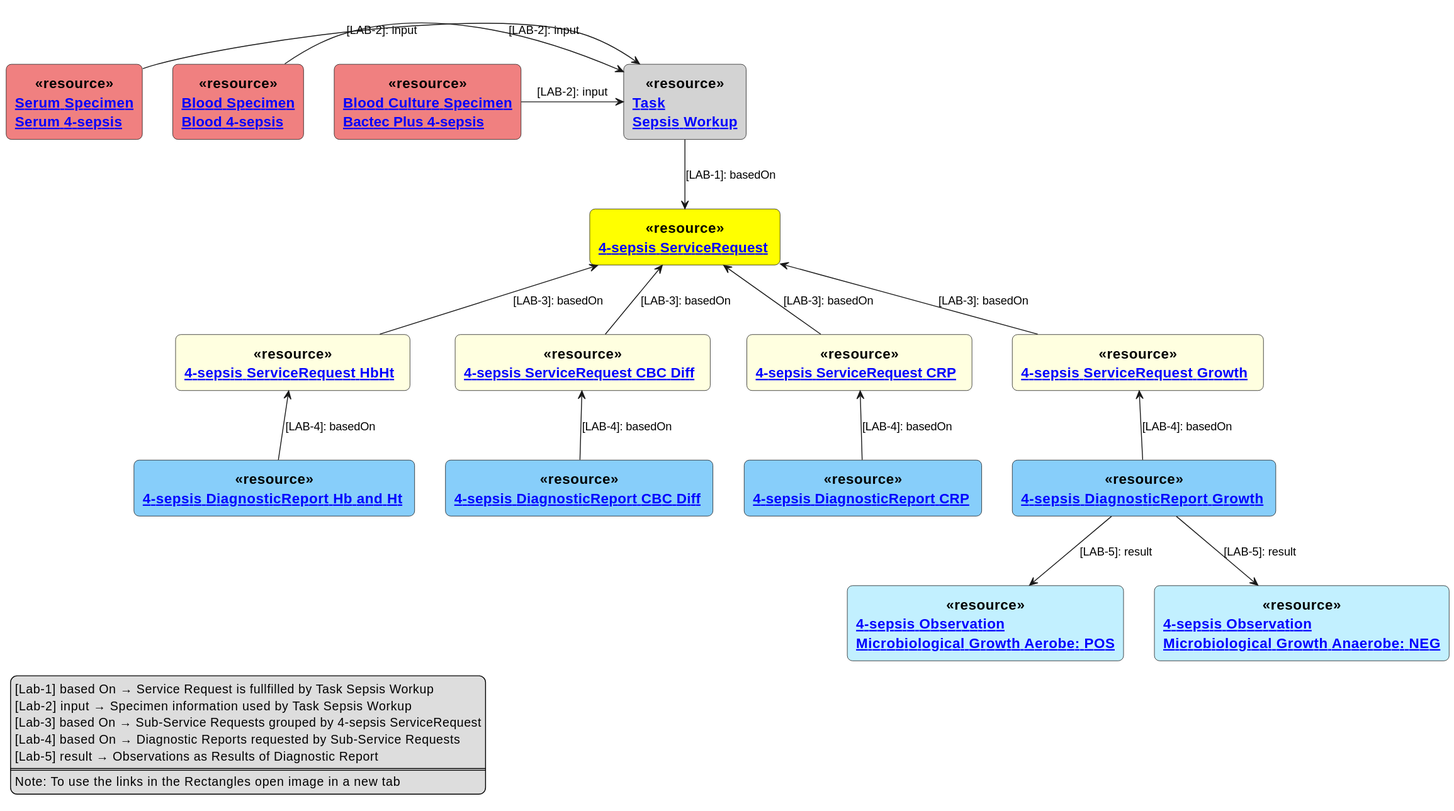
Above: input/images/4-sepsis-task.svg in hl7ch/ch-lab-order (PlantUML), before the change.
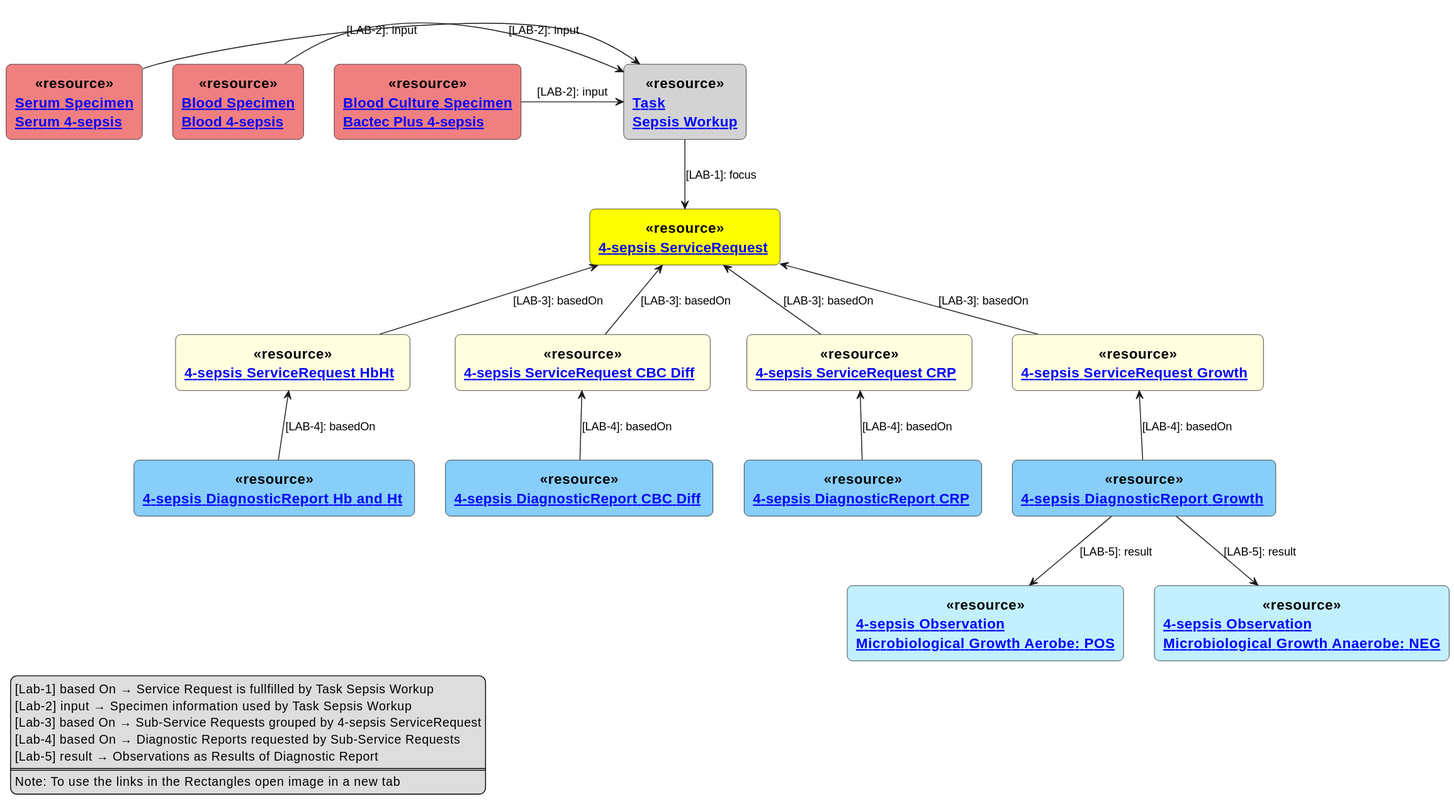
The same diagram one commit later.

Commit message:
profiling SR and Task

Diff of the diagram source:
```diff
@@ -39,7 +39,7 @@
 DRG -down-> OMA : [LAB-5]: result
 DRG -down-> OMANA : [LAB-5]: result
 
-SR <-up- T1 : [LAB-1]: basedOn
+SR <-up- T1 : [LAB-1]: focus
 T1 <-left- BBS : [LAB-2]: input
 T1 <-left- BS : [LAB-2]: input
 T1 <-left- SS : [LAB-2]: input
```
